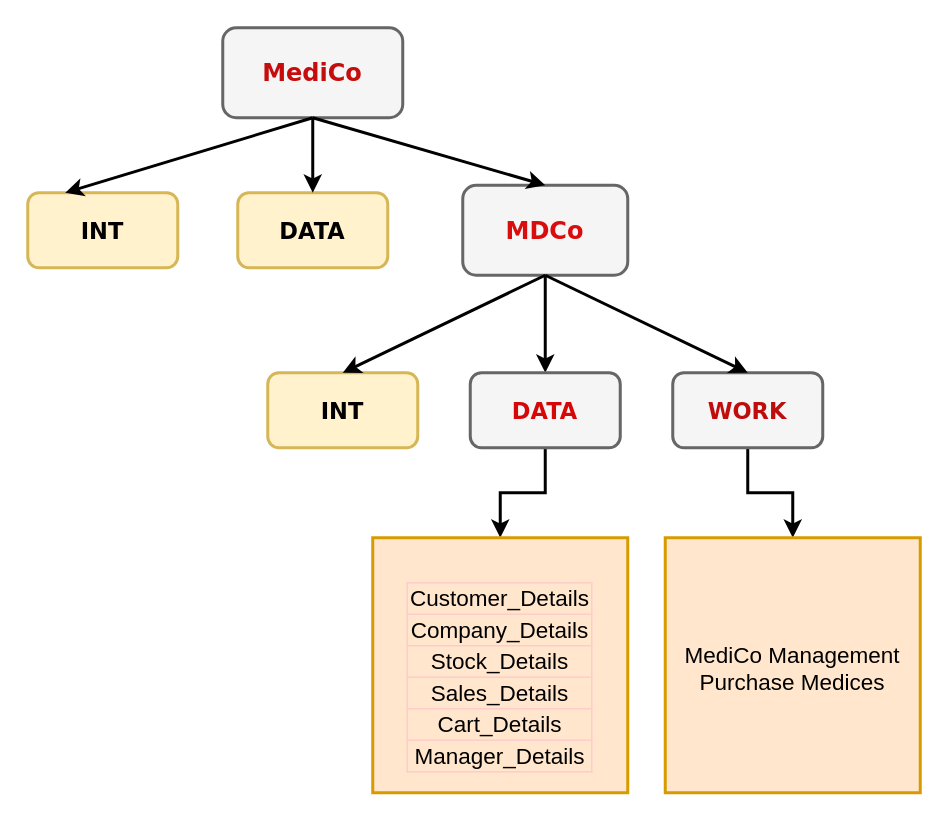
This is prathyusha_pega.drawio from ChanumoluGayathri/System_Design, a draw.io file, before an edit. Source tidied: cells renumbered, new cells numbered last; positions are measured from the earlier drawing's top-left corner, leaving out a move shared by most shapes. Both pictures are drawn from the tidied source at 150%, with x=0, y=0 at pixel (27, 27).
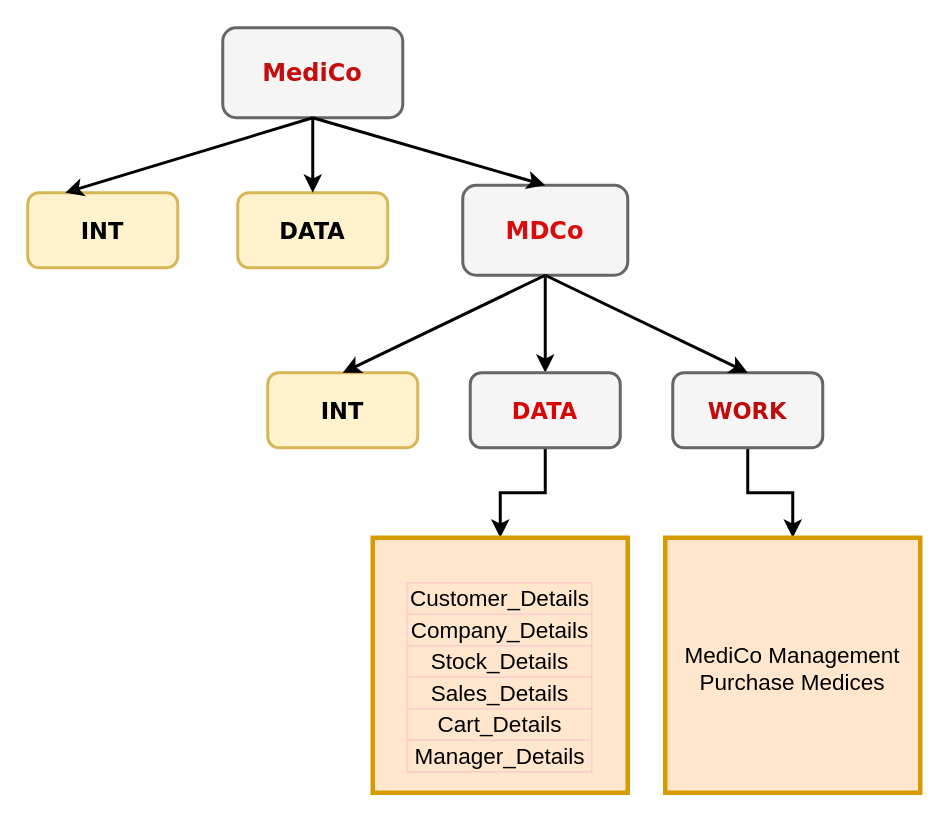
The same diagram, later.

What changed in the source:
```diff
@@
 <mxGraphModel>
   <root>
     <mxCell id="0" />
     <mxCell id="1" parent="0" />
     <mxCell id="2" value="&lt;font size=&quot;1&quot; color=&quot;#c50d0d&quot; style=&quot;&quot; face=&quot;Verdana&quot;&gt;&lt;b style=&quot;font-size: 16px;&quot;&gt;MediCo&lt;/b&gt;&lt;/font&gt;" style="rounded=1;whiteSpace=wrap;html=1;hachureGap=4;strokeWidth=2;fillColor=#f5f5f5;fontColor=#333333;strokeColor=#666666;" parent="1" vertex="1">
       <mxGeometry x="130" width="120" height="60" as="geometry" />
     </mxCell>
     <mxCell id="3" value="&lt;font size=&quot;1&quot; face=&quot;Verdana&quot; style=&quot;&quot;&gt;&lt;b style=&quot;font-size: 15px;&quot;&gt;INT&lt;/b&gt;&lt;/font&gt;" style="rounded=1;whiteSpace=wrap;html=1;hachureGap=4;strokeWidth=2;fillColor=#fff2cc;strokeColor=#d6b656;" parent="1" vertex="1">
       <mxGeometry y="110" width="100" height="50" as="geometry" />
     </mxCell>
     <mxCell id="4" style="endArrow=classic;html=1;rounded=0;hachureGap=4;exitX=0.5;exitY=1;exitDx=0;exitDy=0;entryX=0.25;entryY=0;entryDx=0;entryDy=0;strokeWidth=2;endFill=1;" parent="1" edge="1" source="2" target="3">
       <mxGeometry relative="1" as="geometry" />
     </mxCell>
     <mxCell id="5" value="&lt;font size=&quot;1&quot; face=&quot;Verdana&quot;&gt;&lt;b style=&quot;font-size: 15px;&quot;&gt;DATA&lt;/b&gt;&lt;/font&gt;" style="rounded=1;whiteSpace=wrap;html=1;hachureGap=4;strokeWidth=2;fillColor=#fff2cc;strokeColor=#d6b656;" parent="1" vertex="1">
       <mxGeometry x="140" y="110" width="100" height="50" as="geometry" />
     </mxCell>
     <mxCell id="6" style="edgeStyle=orthogonalEdgeStyle;rounded=0;hachureGap=4;jettySize=auto;html=1;endArrow=classic;endFill=1;strokeWidth=2;" parent="1" edge="1" source="7" target="12">
       <mxGeometry relative="1" as="geometry" />
     </mxCell>
     <mxCell id="7" value="&lt;font color=&quot;#d90d0d&quot; face=&quot;Verdana&quot;&gt;&lt;span style=&quot;font-size: 16px;&quot;&gt;&lt;b&gt;MDCo&lt;/b&gt;&lt;/span&gt;&lt;/font&gt;" style="rounded=1;whiteSpace=wrap;html=1;hachureGap=4;strokeWidth=2;fillColor=#f5f5f5;fontColor=#333333;strokeColor=#666666;" parent="1" vertex="1">
       <mxGeometry x="290" y="105" width="110" height="60" as="geometry" />
     </mxCell>
     <mxCell id="8" style="endArrow=classic;html=1;rounded=0;hachureGap=4;exitX=0.5;exitY=1;exitDx=0;exitDy=0;entryX=0.5;entryY=0;entryDx=0;entryDy=0;strokeWidth=2;endFill=1;" parent="1" edge="1" source="2" target="5">
       <mxGeometry relative="1" as="geometry" />
     </mxCell>
     <mxCell id="9" style="endArrow=classic;html=1;rounded=0;hachureGap=4;exitX=0.5;exitY=1;exitDx=0;exitDy=0;entryX=0.5;entryY=0;entryDx=0;entryDy=0;strokeWidth=2;endFill=1;" parent="1" edge="1" source="2" target="7">
       <mxGeometry relative="1" as="geometry" />
     </mxCell>
     <mxCell id="10" value="&lt;font size=&quot;1&quot; face=&quot;Verdana&quot; style=&quot;&quot;&gt;&lt;b style=&quot;font-size: 15px;&quot;&gt;INT&lt;/b&gt;&lt;/font&gt;" style="rounded=1;whiteSpace=wrap;html=1;hachureGap=4;strokeWidth=2;fillColor=#fff2cc;strokeColor=#d6b656;" parent="1" vertex="1">
       <mxGeometry x="160" y="230" width="100" height="50" as="geometry" />
     </mxCell>
     <mxCell id="11" style="edgeStyle=orthogonalEdgeStyle;rounded=0;hachureGap=4;jettySize=auto;html=1;strokeWidth=2;endArrow=classic;endFill=1;" parent="1" edge="1" source="12" target="17">
       <mxGeometry relative="1" as="geometry" />
     </mxCell>
     <mxCell id="12" value="&lt;font size=&quot;1&quot; color=&quot;#d50707&quot; face=&quot;Verdana&quot;&gt;&lt;b style=&quot;font-size: 15px;&quot;&gt;DATA&lt;/b&gt;&lt;/font&gt;" style="rounded=1;whiteSpace=wrap;html=1;hachureGap=4;strokeWidth=2;fillColor=#f5f5f5;fontColor=#333333;strokeColor=#666666;" parent="1" vertex="1">
       <mxGeometry x="295" y="230" width="100" height="50" as="geometry" />
     </mxCell>
     <mxCell id="13" style="edgeStyle=orthogonalEdgeStyle;rounded=0;hachureGap=4;jettySize=auto;html=1;strokeWidth=2;endArrow=classic;endFill=1;" parent="1" edge="1" source="14" target="18">
       <mxGeometry relative="1" as="geometry" />
     </mxCell>
     <mxCell id="14" value="&lt;font size=&quot;1&quot; color=&quot;#bf0d0d&quot; face=&quot;Verdana&quot;&gt;&lt;b style=&quot;font-size: 15px;&quot;&gt;WORK&lt;/b&gt;&lt;/font&gt;" style="rounded=1;whiteSpace=wrap;html=1;hachureGap=4;strokeWidth=2;fillColor=#f5f5f5;fontColor=#333333;strokeColor=#666666;" parent="1" vertex="1">
       <mxGeometry x="430" y="230" width="100" height="50" as="geometry" />
     </mxCell>
     <mxCell id="15" style="endArrow=classic;html=1;rounded=0;hachureGap=4;exitX=0.5;exitY=1;exitDx=0;exitDy=0;entryX=0.5;entryY=0;entryDx=0;entryDy=0;strokeWidth=2;endFill=1;" parent="1" edge="1" source="7" target="10">
       <mxGeometry relative="1" as="geometry" />
     </mxCell>
     <mxCell id="16" style="endArrow=classic;html=1;rounded=0;hachureGap=4;exitX=0.5;exitY=1;exitDx=0;exitDy=0;entryX=0.5;entryY=0;entryDx=0;entryDy=0;endFill=1;strokeWidth=2;" parent="1" edge="1" source="7" target="14">
       <mxGeometry relative="1" as="geometry" />
     </mxCell>
-    <mxCell id="17" value="&lt;p style=&quot;line-height: 0%; font-size: 15px;&quot;&gt;&lt;/p&gt;&lt;table align=&quot;right&quot; style=&quot;border: 1px solid rgb(255, 204, 204); border-collapse: collapse; font-size: 15px;&quot; border=&quot;1&quot;&gt;&lt;tbody&gt;&lt;tr&gt;&lt;td&gt;&lt;font style=&quot;font-size: 15px;&quot;&gt;Customer_Details&lt;/font&gt;&lt;/td&gt;&lt;/tr&gt;&lt;tr&gt;&lt;td&gt;&lt;font style=&quot;font-size: 15px;&quot;&gt;Company_Details&lt;/font&gt;&lt;/td&gt;&lt;/tr&gt;&lt;tr&gt;&lt;td&gt;&lt;font style=&quot;font-size: 15px;&quot;&gt;Stock_Details&lt;/font&gt;&lt;/td&gt;&lt;/tr&gt;&lt;tr&gt;&lt;td&gt;&lt;font style=&quot;font-size: 15px;&quot;&gt;Sales_Details&lt;/font&gt;&lt;/td&gt;&lt;/tr&gt;&lt;tr&gt;&lt;td&gt;&lt;font style=&quot;font-size: 15px;&quot;&gt;Cart_Details&lt;/font&gt;&lt;/td&gt;&lt;/tr&gt;&lt;tr&gt;&lt;td&gt;&lt;font style=&quot;font-size: 15px;&quot;&gt;Manager_Details&lt;/font&gt;&lt;/td&gt;&lt;/tr&gt;&lt;/tbody&gt;&lt;/table&gt;&lt;p style=&quot;font-size: 15px;&quot;&gt;&lt;/p&gt;" style="whiteSpace=wrap;html=1;hachureGap=4;strokeWidth=2;fillColor=#ffe6cc;strokeColor=#d79b00;" parent="1" vertex="1">
+    <mxCell id="17" value="&lt;p style=&quot;line-height: 0%; font-size: 15px;&quot;&gt;&lt;/p&gt;&lt;table align=&quot;right&quot; style=&quot;border: 1px solid rgb(255, 204, 204); border-collapse: collapse; font-size: 15px;&quot; border=&quot;1&quot;&gt;&lt;tbody&gt;&lt;tr&gt;&lt;td&gt;&lt;font style=&quot;font-size: 15px;&quot;&gt;Customer_Details&lt;/font&gt;&lt;/td&gt;&lt;/tr&gt;&lt;tr&gt;&lt;td&gt;&lt;font style=&quot;font-size: 15px;&quot;&gt;Company_Details&lt;/font&gt;&lt;/td&gt;&lt;/tr&gt;&lt;tr&gt;&lt;td&gt;&lt;font style=&quot;font-size: 15px;&quot;&gt;Stock_Details&lt;/font&gt;&lt;/td&gt;&lt;/tr&gt;&lt;tr&gt;&lt;td&gt;&lt;font style=&quot;font-size: 15px;&quot;&gt;Sales_Details&lt;/font&gt;&lt;/td&gt;&lt;/tr&gt;&lt;tr&gt;&lt;td&gt;&lt;font style=&quot;font-size: 15px;&quot;&gt;Cart_Details&lt;/font&gt;&lt;/td&gt;&lt;/tr&gt;&lt;tr&gt;&lt;td&gt;&lt;font style=&quot;font-size: 15px;&quot;&gt;Manager_Details&lt;/font&gt;&lt;/td&gt;&lt;/tr&gt;&lt;/tbody&gt;&lt;/table&gt;&lt;p style=&quot;font-size: 15px;&quot;&gt;&lt;/p&gt;" style="whiteSpace=wrap;html=1;hachureGap=4;strokeWidth=3;fillColor=#ffe6cc;strokeColor=#d79b00;" parent="1" vertex="1">
       <mxGeometry x="230" y="340" width="170" height="170" as="geometry" />
     </mxCell>
-    <mxCell id="18" value="&lt;p style=&quot;line-height: 130%; font-size: 16px;&quot;&gt;&lt;/p&gt;&lt;font style=&quot;font-size: 15px;&quot;&gt;MediCo Management&lt;br&gt;Purchase Medices&lt;/font&gt;&lt;br&gt;&lt;p&gt;&lt;/p&gt;" style="whiteSpace=wrap;html=1;hachureGap=4;strokeWidth=2;fillColor=#ffe6cc;strokeColor=#d79b00;" parent="1" vertex="1">
+    <mxCell id="18" value="&lt;p style=&quot;line-height: 130%; font-size: 16px;&quot;&gt;&lt;/p&gt;&lt;font style=&quot;font-size: 15px;&quot;&gt;MediCo Management&lt;br&gt;Purchase Medices&lt;/font&gt;&lt;br&gt;&lt;p&gt;&lt;/p&gt;" style="whiteSpace=wrap;html=1;hachureGap=4;strokeWidth=3;fillColor=#ffe6cc;strokeColor=#d79b00;" parent="1" vertex="1">
       <mxGeometry x="425" y="340" width="170" height="170" as="geometry" />
     </mxCell>
   </root>
 </mxGraphModel>
```
